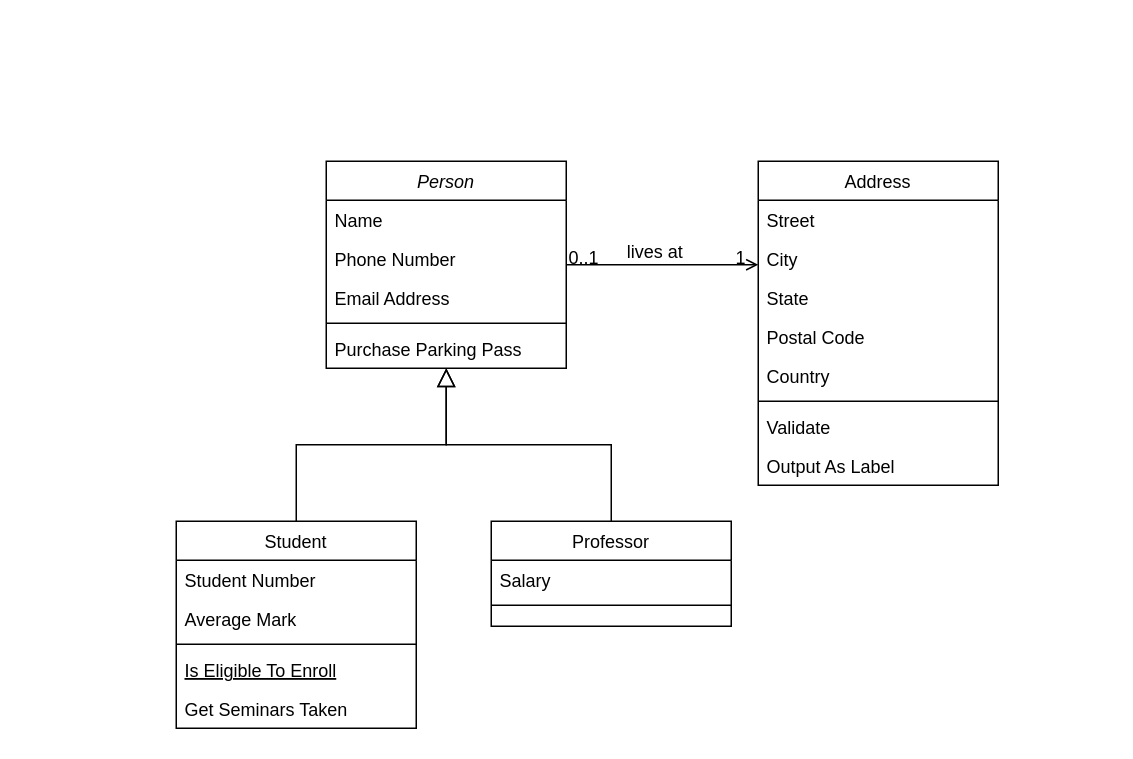
Before: Untitled Diagram.drawio in hishamfangs/frontend, a draw.io diagram. Source tidied: cells renumbered, new cells numbered last; positions are measured from the earlier drawing's top-left corner, leaving out a move shared by most shapes. Both pictures are drawn from the tidied source at 150%, with x=0, y=0 at pixel (176, 160).
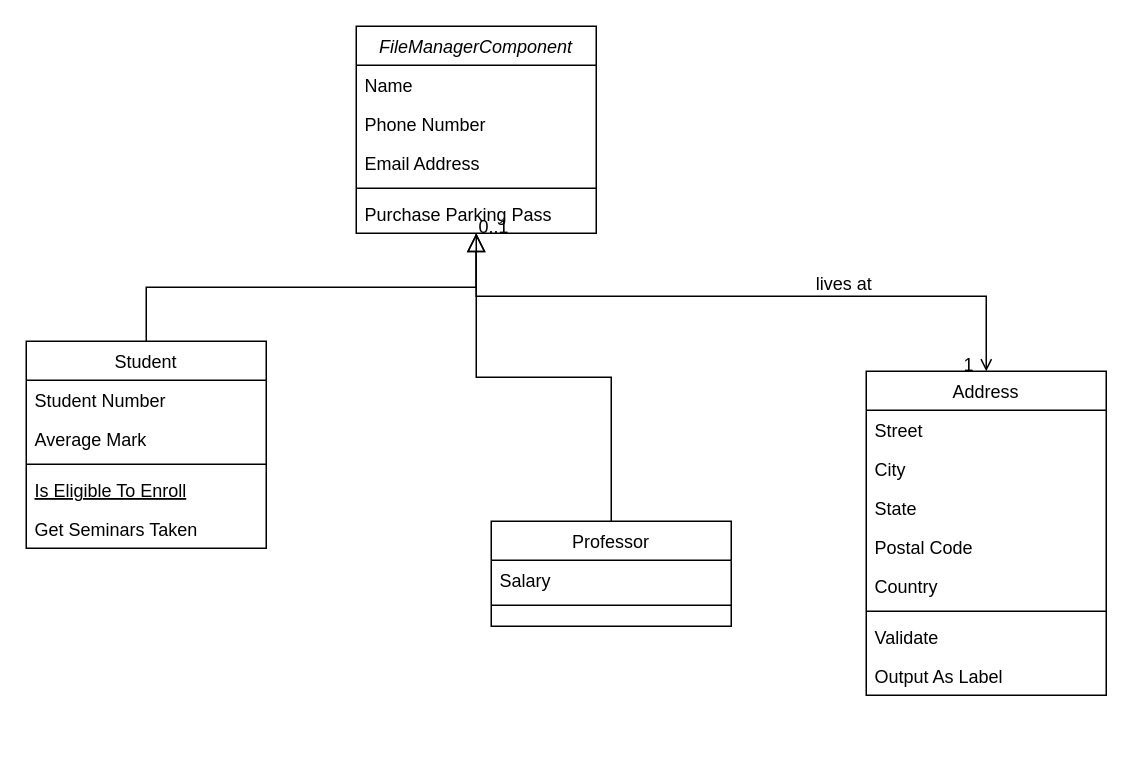
Above is the later version.

The edit, as a diff of the source:
```diff
@@
-    <mxCell id="2" value="Person" style="swimlane;fontStyle=2;align=center;verticalAlign=top;horizontal=1;startSize=26;rounded=0;shadow=0;strokeWidth=1;" parent="1" vertex="1">
-      <mxGeometry x="100" width="160" height="138" as="geometry" />
+    <mxCell id="2" value="FileManagerComponent&#10;" style="swimlane;fontStyle=2;align=center;verticalAlign=top;horizontal=1;startSize=26;rounded=0;shadow=0;strokeWidth=1;" parent="1" vertex="1">
+      <mxGeometry x="120" y="-90" width="160" height="138" as="geometry" />
     </mxCell>
@@
     <mxCell id="8" value="Student" style="swimlane;fontStyle=0;align=center;verticalAlign=top;horizontal=1;startSize=26;rounded=0;shadow=0;strokeWidth=1;" parent="1" vertex="1">
-      <mxGeometry y="240" width="160" height="138" as="geometry" />
+      <mxGeometry x="-100" y="120" width="160" height="138" as="geometry" />
     </mxCell>
@@
     <mxCell id="19" value="Address" style="swimlane;fontStyle=0;align=center;verticalAlign=top;horizontal=1;startSize=26;rounded=0;shadow=0;strokeWidth=1;" parent="1" vertex="1">
-      <mxGeometry x="388" width="160" height="216" as="geometry" />
+      <mxGeometry x="460" y="140" width="160" height="216" as="geometry" />
     </mxCell>
@@
     <mxCell id="28" style="endArrow=open;shadow=0;strokeWidth=1;rounded=0;curved=0;endFill=1;edgeStyle=elbowEdgeStyle;elbow=vertical;" parent="1" edge="1" source="2" target="19">
       <mxGeometry x="0.5" y="41" relative="1" as="geometry">
+        <Array as="points">
+          <mxPoint x="370" y="90" />
+        </Array>
         <mxPoint x="-40" y="32" as="offset" />
       </mxGeometry>
     </mxCell>
```
